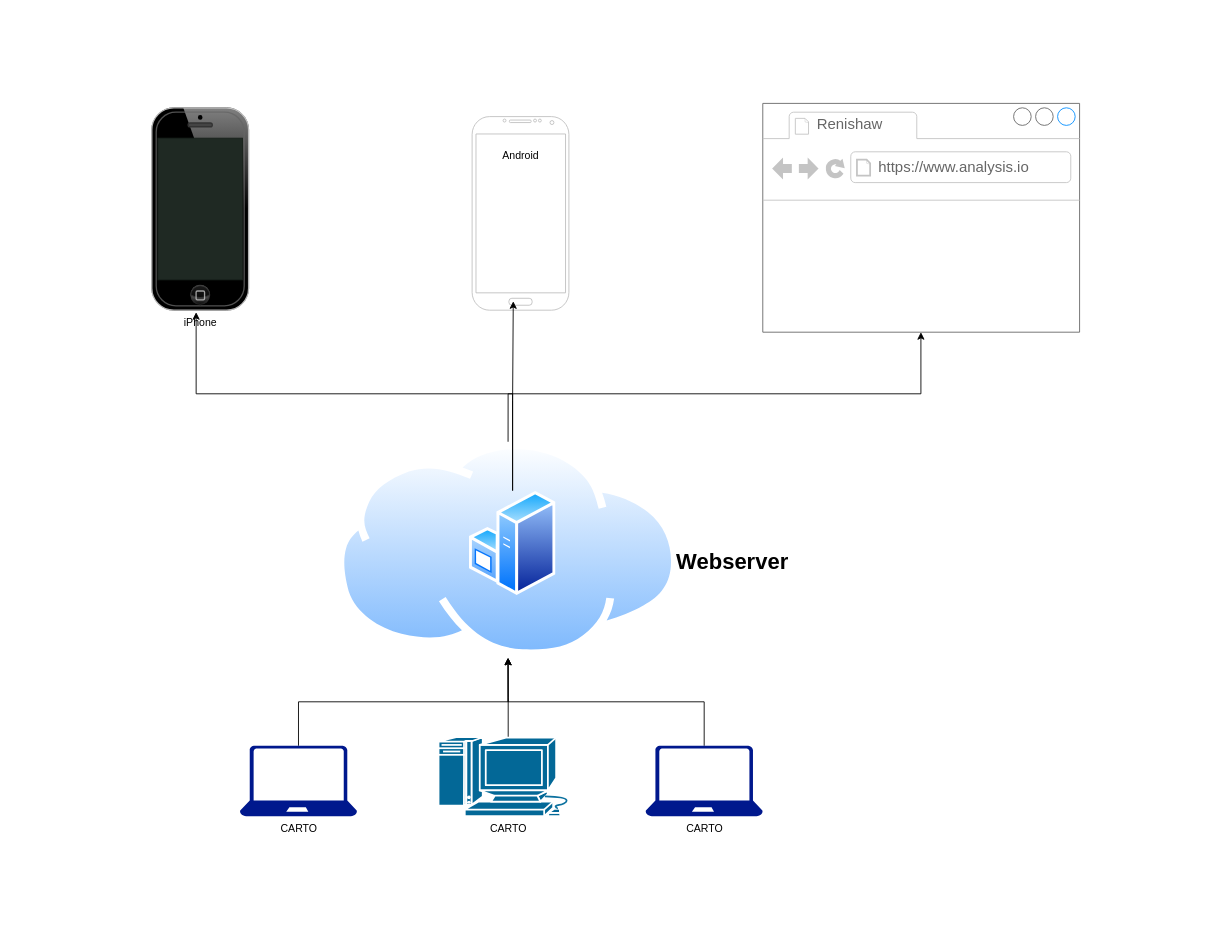
AmolSJawalkar/DrawIO keeps this draw.io diagram as CARTO Analysis Cross Platform.drawio. Above is the earlier version. Source tidied: cells renumbered, new cells numbered last; positions are measured from the earlier drawing's top-left corner, leaving out a move shared by most shapes. Both pictures are drawn from the tidied source at 88%, with x=0, y=0 at pixel (151, 103).
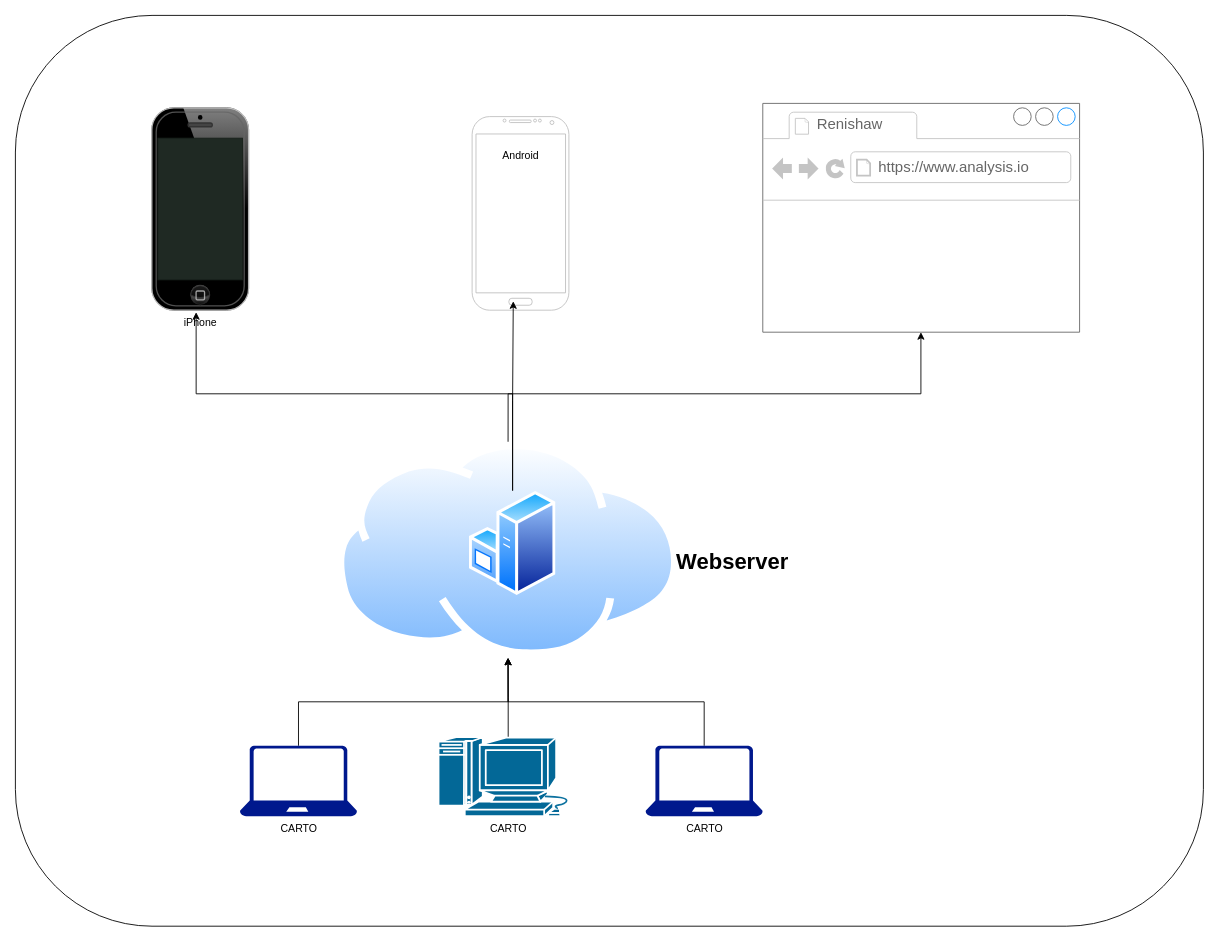
Above is the later version.

The edit, as a diff of the source:
```diff
@@
+    <mxCell id="22" style="rounded=1;whiteSpace=wrap;html=1;" parent="1" vertex="1">
+      <mxGeometry x="-155" y="-100" width="1350" height="1035" as="geometry" />
+    </mxCell>
```
